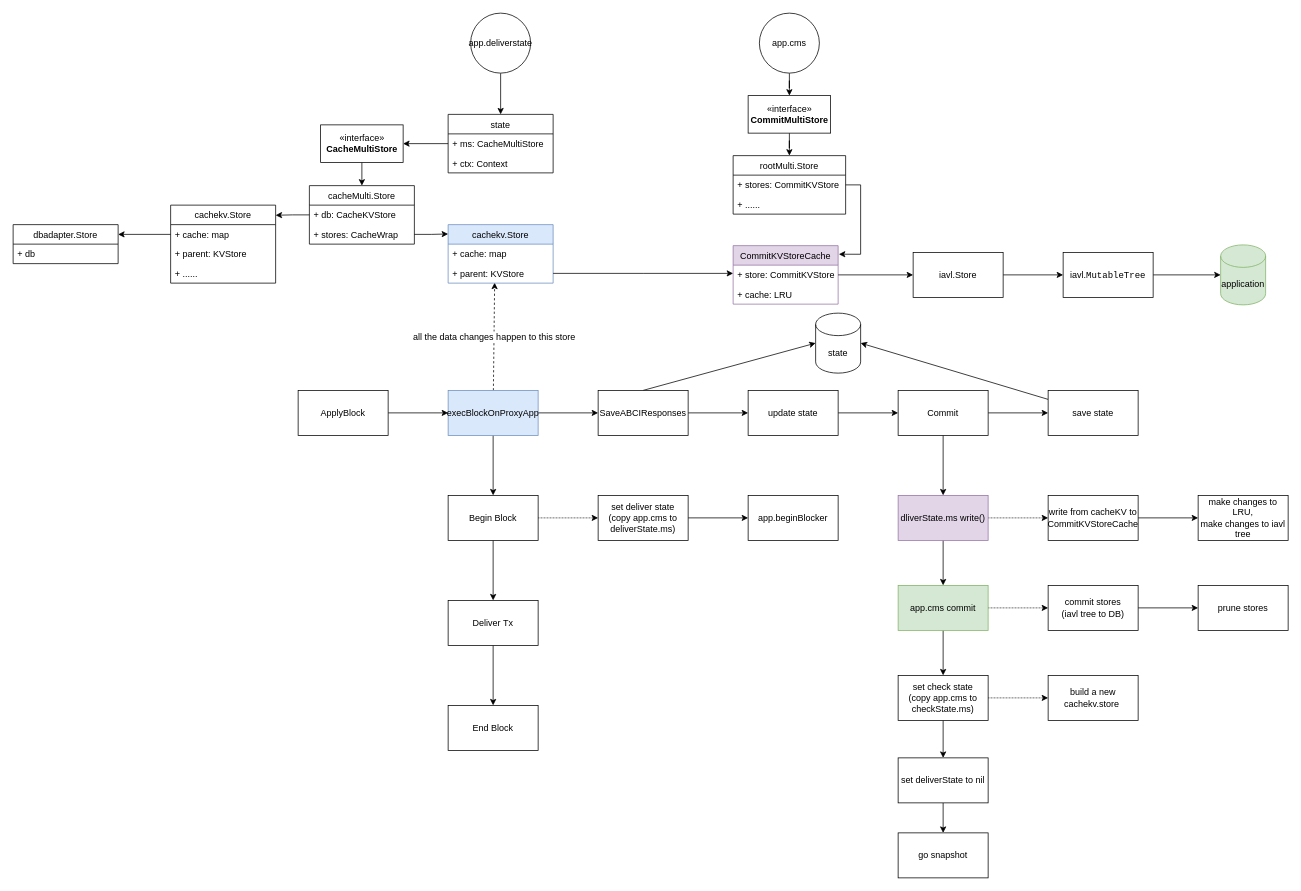
Before: page "Page-1" (1 of 2) of cosmos.drawio in FletcherMan/diagrams, a draw.io diagram. Source tidied: cells renumbered, new cells numbered last; positions are measured from the earlier drawing's top-left corner, leaving out a move shared by most shapes. Both pictures are drawn from the tidied source at 75%, with x=0, y=0 at pixel (13, 13).
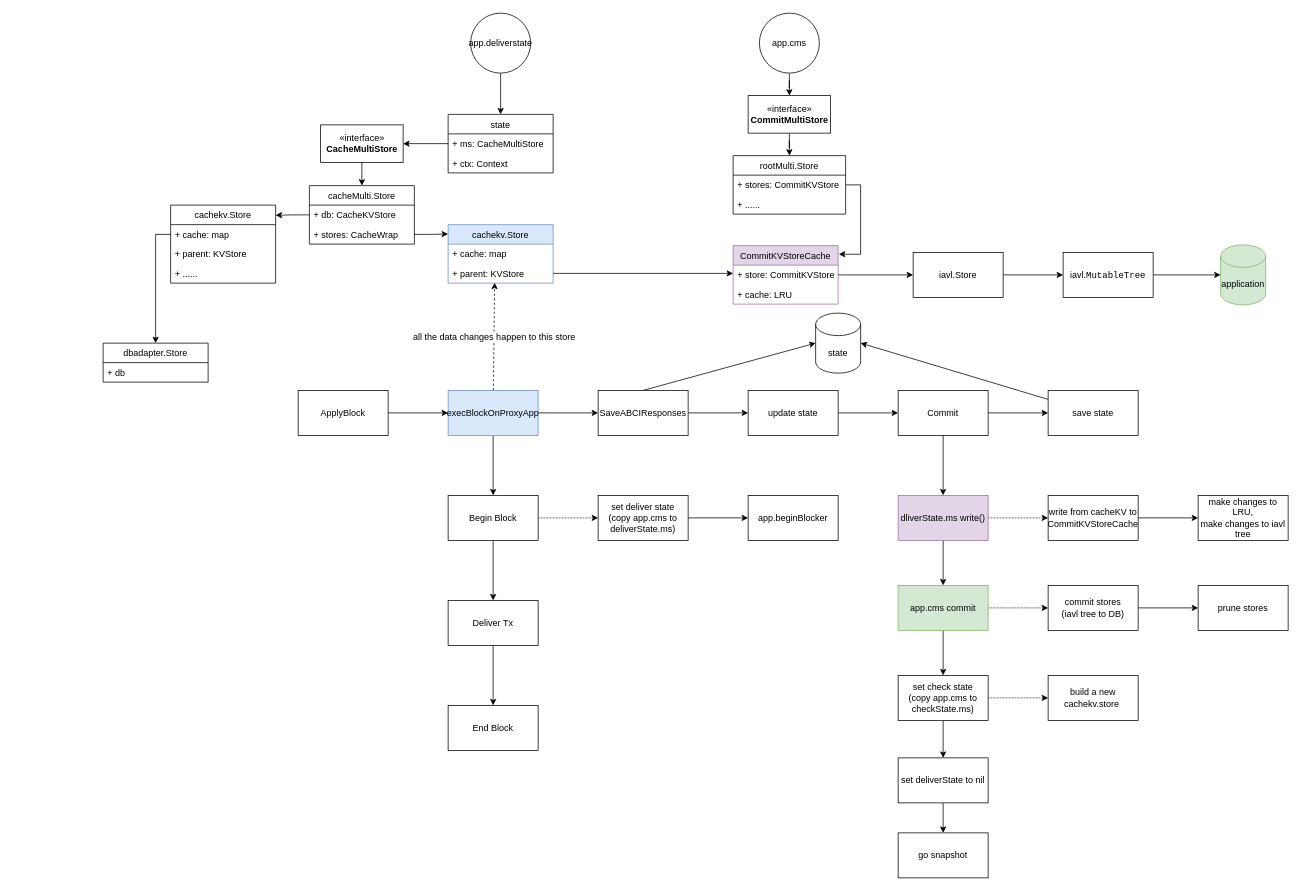
After the change.

Unchanged cells that the change refers to:
```xml
<mxCell id="57" value="+ cache: map" style="text;strokeColor=none;fillColor=none;align=left;verticalAlign=top;spacingLeft=4;spacingRight=4;overflow=hidden;points=[[0,0.5],[1,0.5]];portConstraint=eastwest;labelBackgroundColor=none;fontSize=12;fontColor=#000000;" parent="56" vertex="1">
  <mxGeometry y="26" width="140" height="26" as="geometry" />
</mxCell>
```

Diff of the diagram source:
```diff
@@
     <mxCell id="66" value="dbadapter.Store" style="swimlane;fontStyle=0;horizontal=1;startSize=26;fillColor=none;labelBackgroundColor=none;fontSize=12;fontColor=#000000;" parent="1" vertex="1">
-      <mxGeometry y="282" width="140" height="52" as="geometry" />
+      <mxGeometry x="120" y="440" width="140" height="52" as="geometry" />
     </mxCell>
@@
-    <mxCell id="68" style="edgeStyle=orthogonalEdgeStyle;rounded=0;jettySize=auto;html=1;entryX=1;entryY=0.25;entryDx=0;entryDy=0;fontSize=12;fontColor=#000000;" parent="1" edge="1" source="57" target="66">
+    <mxCell id="68" style="edgeStyle=orthogonalEdgeStyle;rounded=0;jettySize=auto;html=1;entryX=0.5;entryY=0;entryDx=0;entryDy=0;fontSize=12;fontColor=#000000;" parent="1" edge="1" source="57" target="66">
       <mxGeometry relative="1" as="geometry" />
     </mxCell>
```
